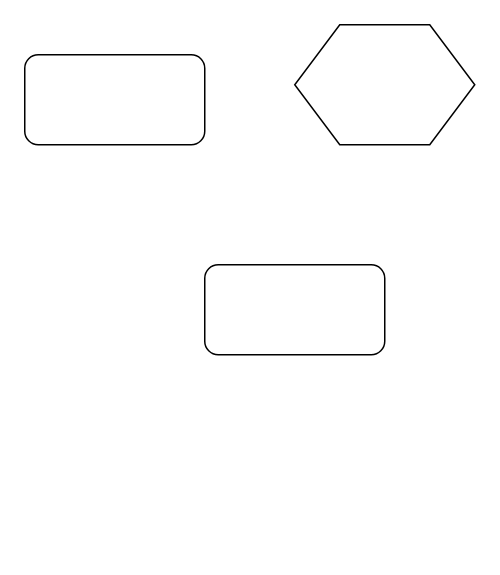
zhangwei5467/artoolkit2 keeps this draw.io diagram as 未命名表单.drawio. Above is the earlier version. Source tidied: cells renumbered, new cells numbered last; positions are measured from the earlier drawing's top-left corner, leaving out a move shared by most shapes. Both pictures are drawn from the tidied source at 150%, with x=0, y=0 at pixel (24, 24).
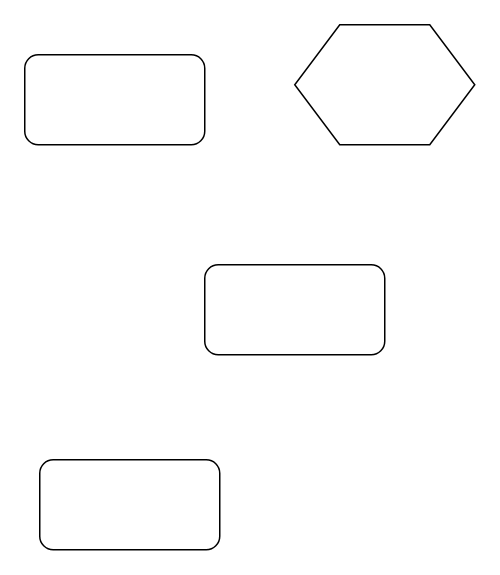
The same diagram, later.

What changed in the source:
```diff
@@
 <mxGraphModel>
   <root>
     <mxCell id="0" />
     <mxCell id="1" parent="0" />
     <mxCell id="2" style="rounded=1;whiteSpace=wrap;html=1;" parent="1" vertex="1">
       <mxGeometry y="20" width="120" height="60" as="geometry" />
     </mxCell>
     <mxCell id="3" style="shape=hexagon;perimeter=hexagonPerimeter2;whiteSpace=wrap;html=1;" parent="1" vertex="1">
       <mxGeometry x="180" width="120" height="80" as="geometry" />
     </mxCell>
     <mxCell id="4" style="rounded=1;whiteSpace=wrap;html=1;" parent="1" vertex="1">
       <mxGeometry x="120" y="160" width="120" height="60" as="geometry" />
     </mxCell>
+    <mxCell id="5" style="rounded=1;whiteSpace=wrap;html=1;" parent="1" vertex="1">
+      <mxGeometry x="10" y="290" width="120" height="60" as="geometry" />
+    </mxCell>
   </root>
 </mxGraphModel>
```
